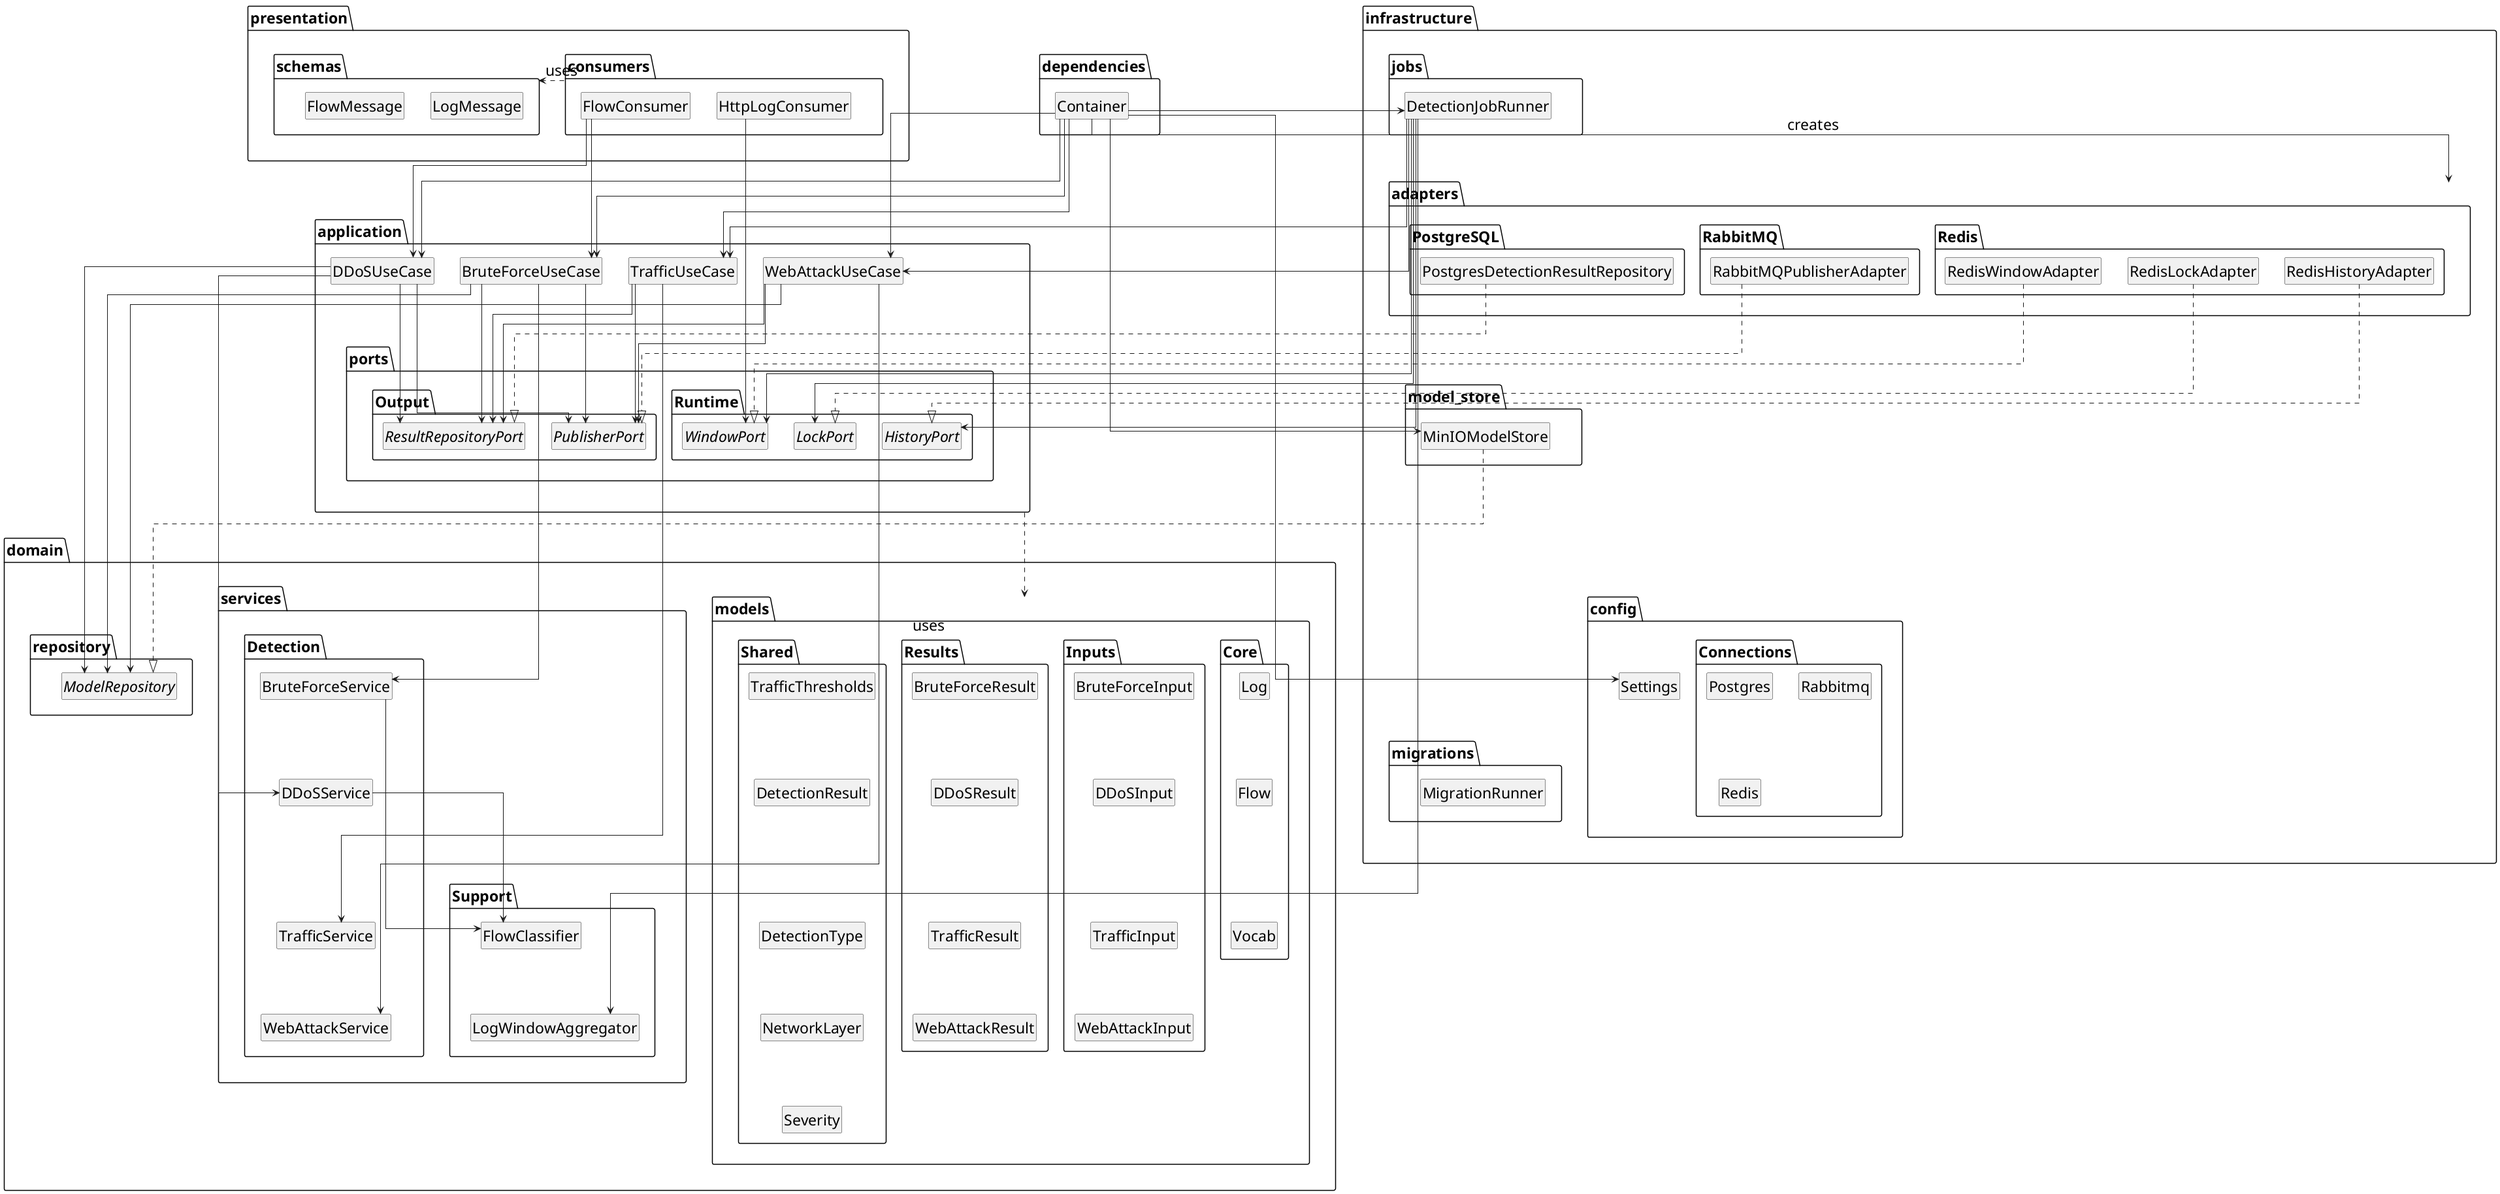
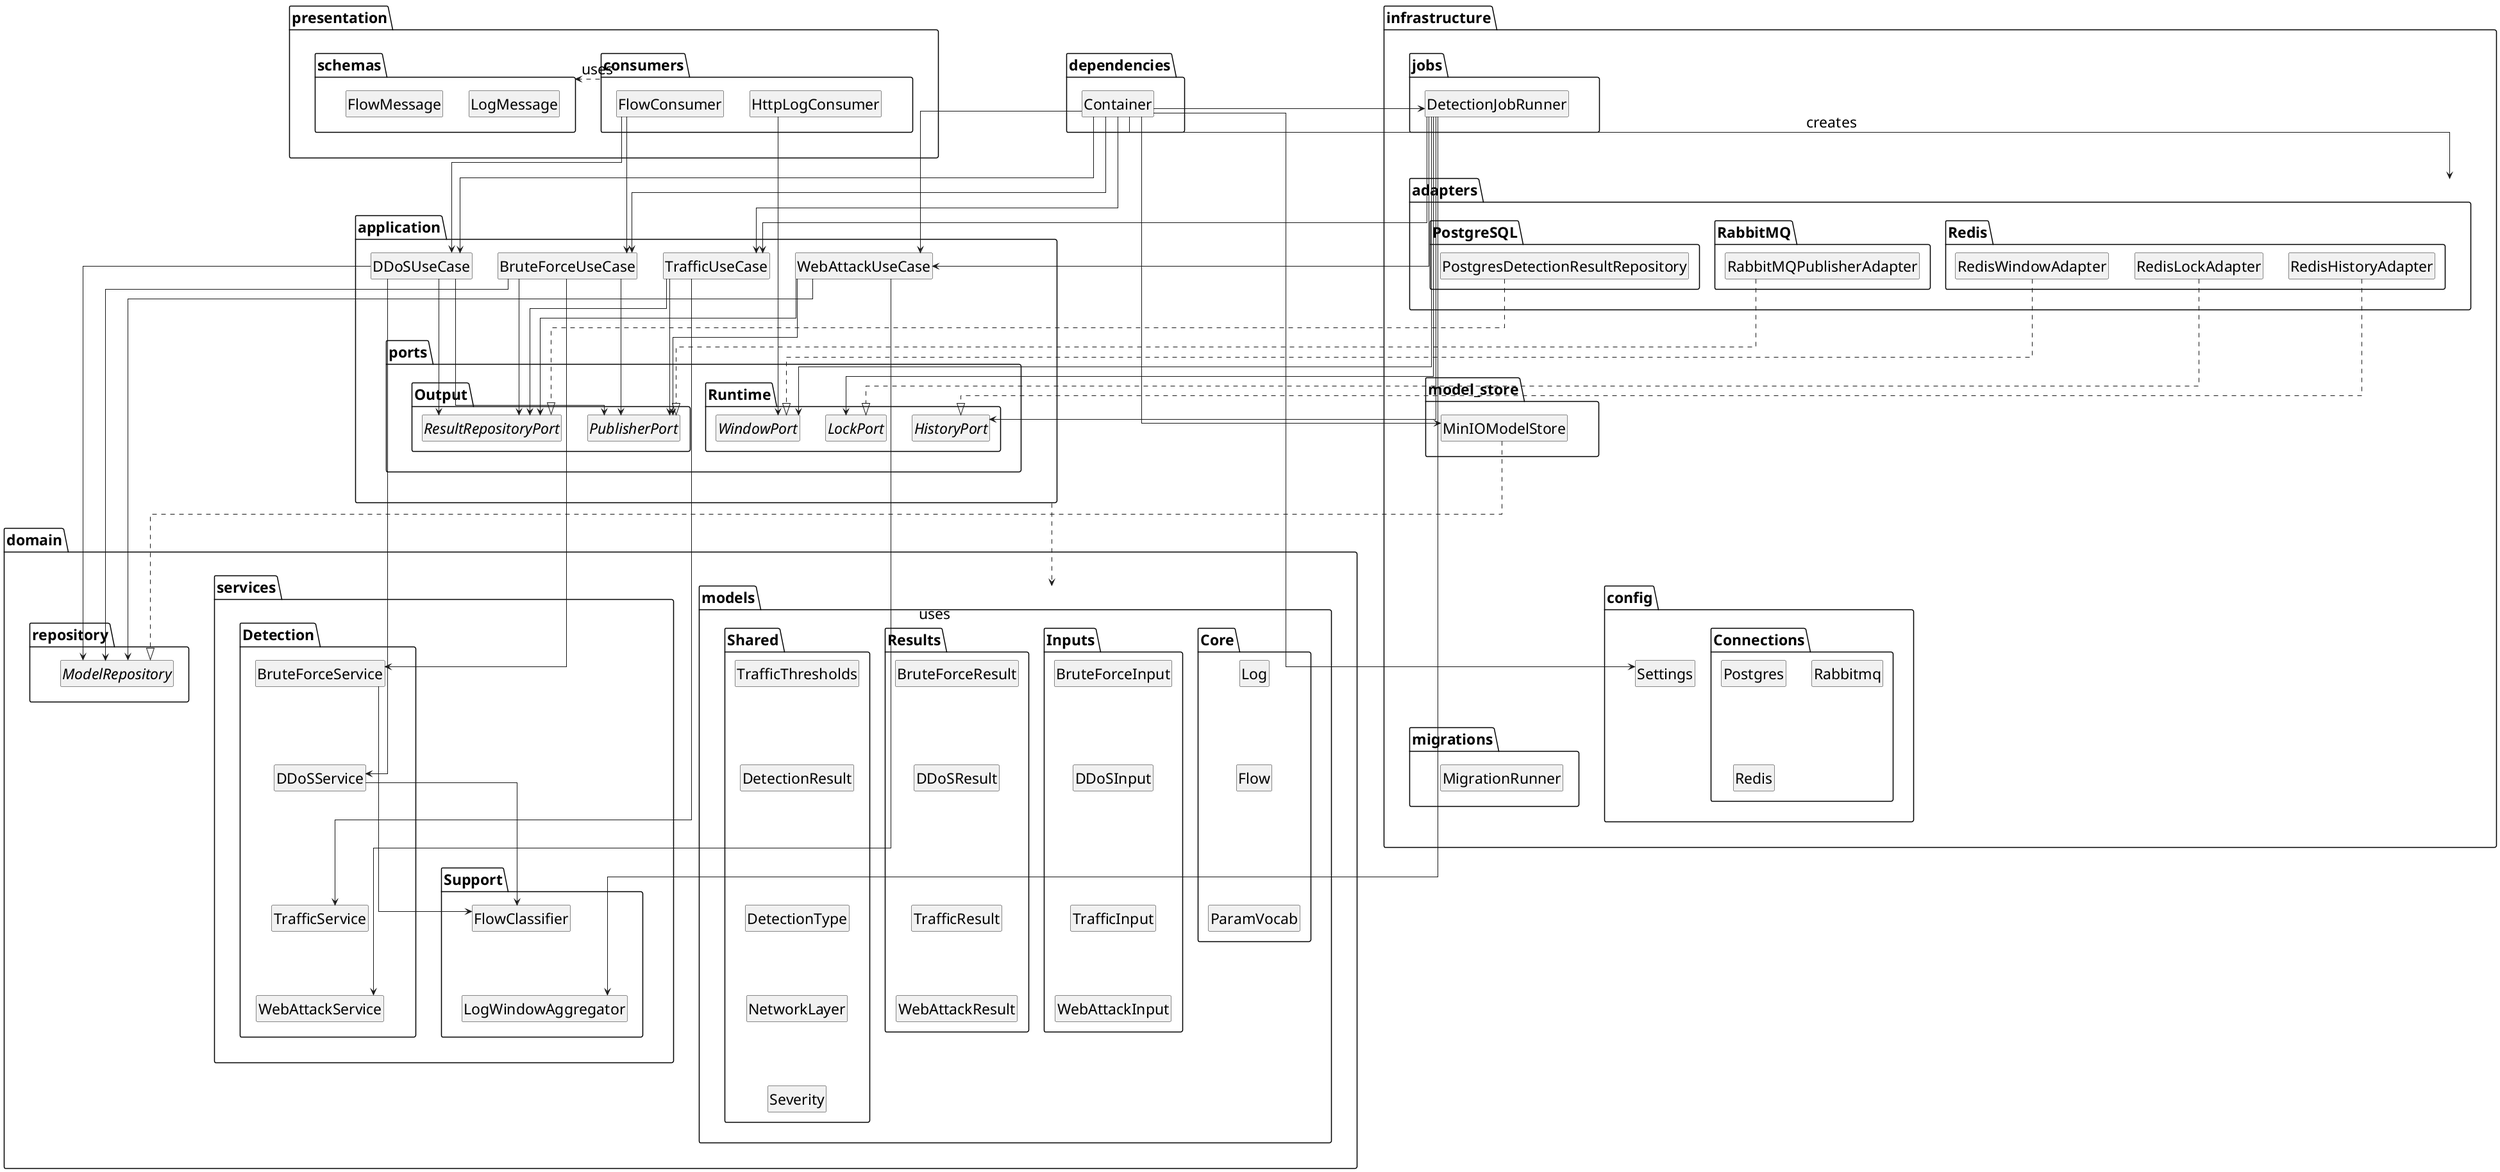
@startuml log-analysis-server
top to bottom direction

skinparam packageStyle folder
skinparam linetype ortho
skinparam ranksep 100
skinparam nodesep 40
skinparam DefaultFontSize 23

hide circle
hide empty members

' =====================================================
' PRESENTATION
' =====================================================

together {

  package "presentation.consumers" {
    class HttpLogConsumer
    class FlowConsumer
  }

  package "presentation.schemas" {
    class LogMessage
    class FlowMessage
  }

}

' =====================================================
' APPLICATION
' =====================================================

together {

  package application {

    class BruteForceUseCase
    class DDoSUseCase
    class TrafficUseCase
    class WebAttackUseCase

  }

  package "application.ports" {

    package Runtime {
      interface WindowPort
      interface HistoryPort
      interface LockPort
    }

    package Output {
      interface PublisherPort
      interface ResultRepositoryPort
    }

  }

}

' =====================================================
' DOMAIN
' =====================================================

together {

  package "domain.services" {

  package Detection {

    class BruteForceService
    class DDoSService
    class TrafficService
    class WebAttackService

    BruteForceService -[hidden]down- DDoSService
    DDoSService -[hidden]down- TrafficService
    TrafficService -[hidden]down- WebAttackService
  }

  package Support {

    class FlowClassifier
    class LogWindowAggregator

    FlowClassifier -[hidden]down- LogWindowAggregator
  }

  Detection -[hidden]right- Support
}

  package "domain.repository" {
    interface ModelRepository
  }

  package "domain.models" {

  package Core {

    class Log
    class Flow
-     class Vocab
+     class ParamVocab

    Log -[hidden]down- Flow
-     Flow -[hidden]down- Vocab
+     Flow -[hidden]down- ParamVocab
  }

  package Inputs {

    class BruteForceInput
    class DDoSInput
    class TrafficInput
    class WebAttackInput

    BruteForceInput -[hidden]down- DDoSInput
    DDoSInput -[hidden]down- TrafficInput
    TrafficInput -[hidden]down- WebAttackInput
  }

  package Results {

    class BruteForceResult
    class DDoSResult
    class TrafficResult
    class WebAttackResult

    BruteForceResult -[hidden]down- DDoSResult
    DDoSResult -[hidden]down- TrafficResult
    TrafficResult -[hidden]down- WebAttackResult
  }

  package Shared {

    class TrafficThresholds
    class DetectionResult
    class DetectionType
    class NetworkLayer
    class Severity

    TrafficThresholds -[hidden]down- DetectionResult
    DetectionResult -[hidden]down- DetectionType
    DetectionType -[hidden]down- NetworkLayer
    NetworkLayer -[hidden]down- Severity
  }

}

}

' =====================================================
' INFRASTRUCTURE
' =====================================================

together {

  package "infrastructure.jobs" {
    class DetectionJobRunner
  }

  package "infrastructure.adapters" {

    package Redis {
      class RedisWindowAdapter
      class RedisHistoryAdapter
      class RedisLockAdapter
    }

    package RabbitMQ {
      class RabbitMQPublisherAdapter
    }

    package PostgreSQL {
      class PostgresDetectionResultRepository
    }


  }

  package "infrastructure.model_store" {
    class MinIOModelStore
  }

  package "infrastructure.config" {

    class Settings

    package Connections {
      class Postgres
      class Rabbitmq
      class Redis
    }

  }

  package "infrastructure.migrations" {
    class MigrationRunner
  }

  package dependencies {
    class Container
  }



}

' =====================================================
' LAYER ORDER
' =====================================================

"presentation.consumers" -[hidden]down- application
application -[hidden]down- "domain.services"
"domain.services" -[hidden]down- "infrastructure.jobs"

"presentation.consumers" -[hidden]right- "presentation.schemas"

application -[hidden]right- "application.ports"

"domain.services" -[hidden]right- "domain.repository"
"domain.repository" -[hidden]right- "domain.models"

"infrastructure.jobs" -[hidden]down- "infrastructure.adapters"
"infrastructure.adapters" -[hidden]down- "infrastructure.model_store"
"infrastructure.model_store" -[hidden]down- "infrastructure.config"
"infrastructure.config" -[hidden]down- "infrastructure.migrations"
"infrastructure.migrations" -[hidden]down- dependencies

' =====================================================
' PRESENTATION
' =====================================================

HttpLogConsumer --> WindowPort

FlowConsumer --> BruteForceUseCase
FlowConsumer --> DDoSUseCase

"presentation.consumers" ..> "presentation.schemas" : uses

' =====================================================
' APPLICATION
' =====================================================

BruteForceUseCase --> BruteForceService
BruteForceUseCase --> ModelRepository
BruteForceUseCase --> PublisherPort
BruteForceUseCase --> ResultRepositoryPort

DDoSUseCase --> DDoSService
DDoSUseCase --> ModelRepository
DDoSUseCase --> PublisherPort
DDoSUseCase --> ResultRepositoryPort

TrafficUseCase --> TrafficService
TrafficUseCase --> PublisherPort
TrafficUseCase --> ResultRepositoryPort

WebAttackUseCase --> WebAttackService
WebAttackUseCase --> ModelRepository
WebAttackUseCase --> PublisherPort
WebAttackUseCase --> ResultRepositoryPort

application ..> "domain.models" : uses

' =====================================================
' DOMAIN
' =====================================================

BruteForceService --> FlowClassifier
DDoSService --> FlowClassifier

' =====================================================
' JOB ORCHESTRATION
' =====================================================

DetectionJobRunner --> WindowPort
DetectionJobRunner --> HistoryPort
DetectionJobRunner --> LockPort

DetectionJobRunner --> TrafficUseCase
DetectionJobRunner --> WebAttackUseCase

DetectionJobRunner --> LogWindowAggregator

' =====================================================
' ADAPTERS
' =====================================================

RedisWindowAdapter ..|> WindowPort
RedisHistoryAdapter ..|> HistoryPort
RedisLockAdapter ..|> LockPort

RabbitMQPublisherAdapter ..|> PublisherPort

PostgresDetectionResultRepository ..|> ResultRepositoryPort

MinIOModelStore ..|> ModelRepository

' =====================================================
' DEPENDENCY INJECTION
' =====================================================

Container --> DetectionJobRunner

Container --> BruteForceUseCase
Container --> DDoSUseCase
Container --> TrafficUseCase
Container --> WebAttackUseCase

Container --> "infrastructure.adapters" : creates
Container --> MinIOModelStore
Container --> Settings

@enduml